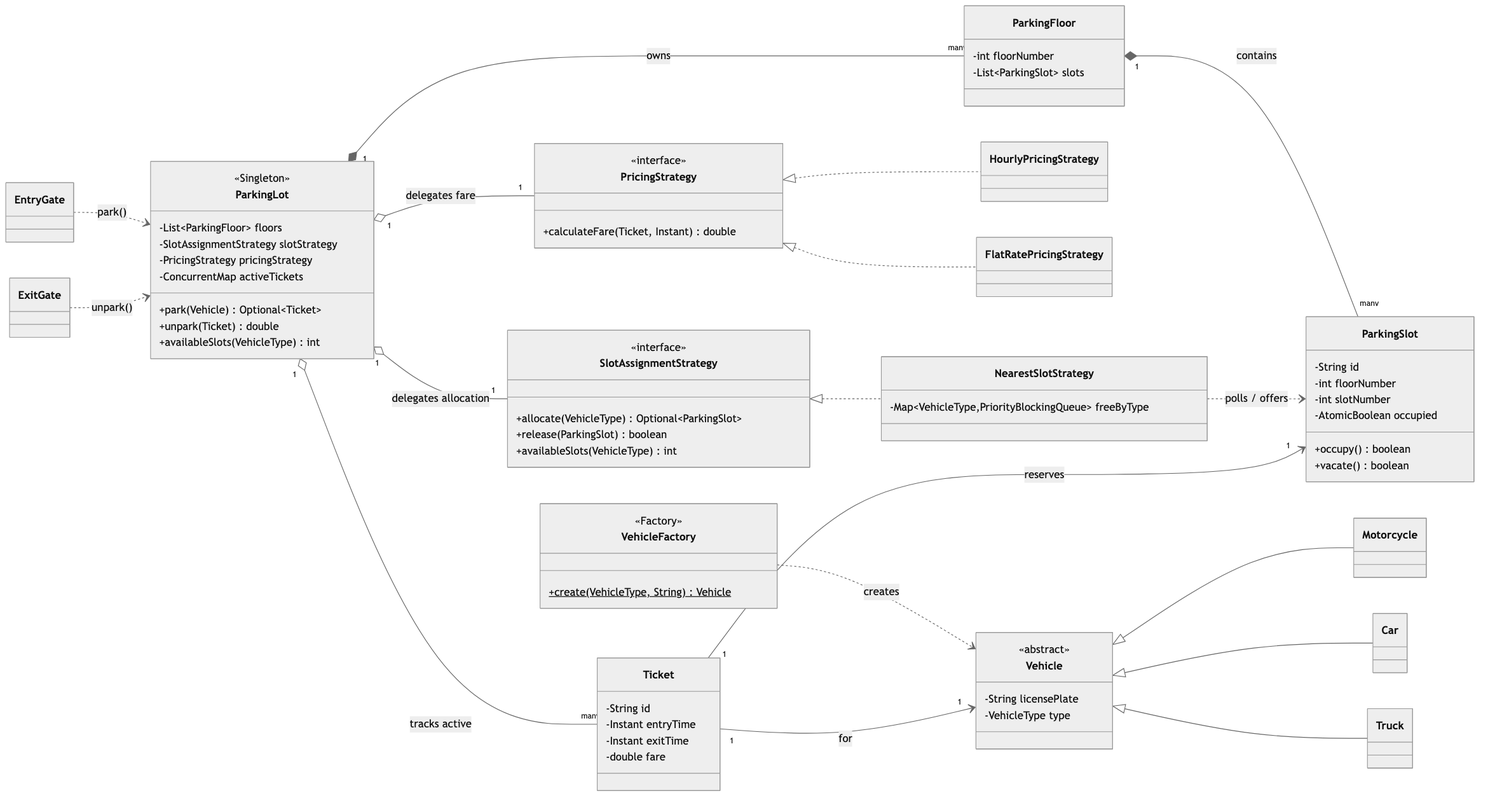
This is src/MachineCoding_LLD/LLD_Interview_Problems/_01_Easy_ParkingLotSystem/assets/class-diagram.png from AlvinBAnerjee/Interview_and_Competitive_Programming, a Mermaid export, as it was before one commit. Its source is kept beside it as src/MachineCoding_LLD/LLD_Interview_Problems/_01_Easy_ParkingLotSystem/assets/class-diagram.mmd. Source of this version:
```mermaid
%%{init: {'theme':'neutral', 'themeVariables': {'fontSize':'15px'}, 'flowchart': {'curve':'basis'}}}%%
classDiagram
    direction LR

    class ParkingLot {
        <<Singleton>>
        -List~ParkingFloor~ floors
        -SlotAssignmentStrategy slotStrategy
        -PricingStrategy pricingStrategy
        -ConcurrentMap activeTickets
        +park(Vehicle) Optional~Ticket~
        +unpark(Ticket) double
        +availableSlots(VehicleType) int
    }

    class SlotAssignmentStrategy {
        <<interface>>
        +allocate(VehicleType) Optional~ParkingSlot~
        +release(ParkingSlot) boolean
        +availableSlots(VehicleType) int
    }
    class NearestSlotStrategy {
        -Map~VehicleType,PriorityBlockingQueue~ freeByType
    }

    class PricingStrategy {
        <<interface>>
        +calculateFare(Ticket, Instant) double
    }
    class HourlyPricingStrategy
    class FlatRatePricingStrategy

    class VehicleFactory {
        <<Factory>>
        +create(VehicleType, String)$ Vehicle
    }

    class Vehicle {
        <<abstract>>
        -String licensePlate
        -VehicleType type
    }
    class Motorcycle
    class Car
    class Truck

    class ParkingFloor {
        -int floorNumber
        -List~ParkingSlot~ slots
    }
    class ParkingSlot {
        -String id
        -int floorNumber
        -int slotNumber
        -AtomicBoolean occupied
        +occupy() boolean
        +vacate() boolean
    }
    class Ticket {
        -String id
        -Instant entryTime
        -Instant exitTime
        -double fare
    }
    class EntryGate
    class ExitGate

    ParkingLot "1" o-- "1" SlotAssignmentStrategy : delegates allocation
    ParkingLot "1" o-- "1" PricingStrategy : delegates fare
    ParkingLot "1" *-- "many" ParkingFloor : owns
    ParkingFloor "1" *-- "many" ParkingSlot : contains
    ParkingLot "1" o-- "many" Ticket : tracks active

    SlotAssignmentStrategy <|.. NearestSlotStrategy
    PricingStrategy <|.. HourlyPricingStrategy
    PricingStrategy <|.. FlatRatePricingStrategy
    NearestSlotStrategy ..> ParkingSlot : polls / offers

    Vehicle <|-- Motorcycle
    Vehicle <|-- Car
    Vehicle <|-- Truck
    VehicleFactory ..> Vehicle : creates

    EntryGate ..> ParkingLot : park()
    ExitGate  ..> ParkingLot : unpark()
    Ticket "1" --> "1" ParkingSlot : reserves
    Ticket "1" --> "1" Vehicle : for
```
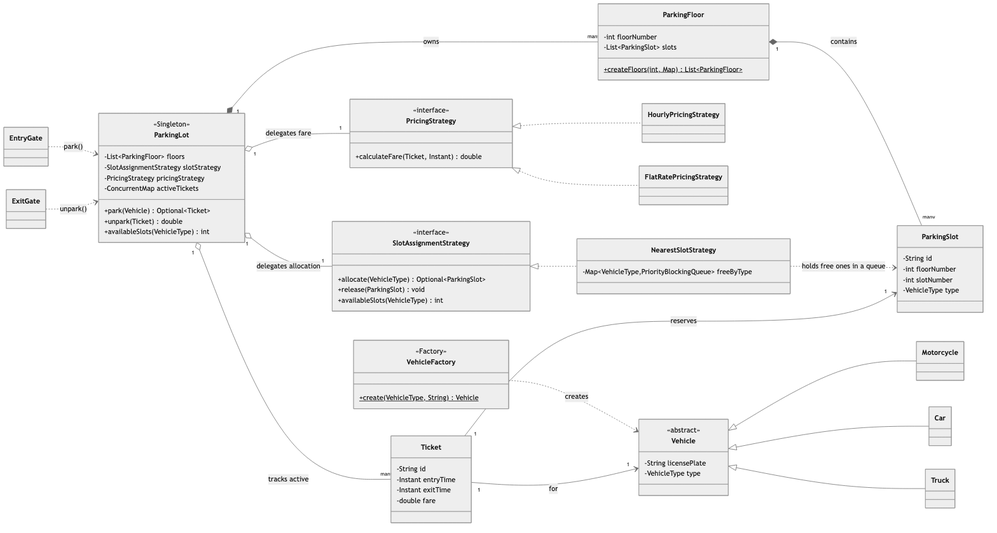
The same diagram one commit later.

The edit, as a diff of the source:
```diff
@@ -16,7 +16,7 @@
     class SlotAssignmentStrategy {
         <<interface>>
         +allocate(VehicleType) Optional~ParkingSlot~
-        +release(ParkingSlot) boolean
+        +release(ParkingSlot) void
         +availableSlots(VehicleType) int
     }
     class NearestSlotStrategy {
@@ -47,14 +47,13 @@
     class ParkingFloor {
         -int floorNumber
         -List~ParkingSlot~ slots
+        +createFloors(int, Map)$ List~ParkingFloor~
     }
     class ParkingSlot {
         -String id
         -int floorNumber
         -int slotNumber
-        -AtomicBoolean occupied
-        +occupy() boolean
-        +vacate() boolean
+        -VehicleType type
     }
     class Ticket {
         -String id
@@ -74,7 +73,7 @@
     SlotAssignmentStrategy <|.. NearestSlotStrategy
     PricingStrategy <|.. HourlyPricingStrategy
     PricingStrategy <|.. FlatRatePricingStrategy
-    NearestSlotStrategy ..> ParkingSlot : polls / offers
+    NearestSlotStrategy ..> ParkingSlot : holds free ones in a queue
 
     Vehicle <|-- Motorcycle
     Vehicle <|-- Car
```
